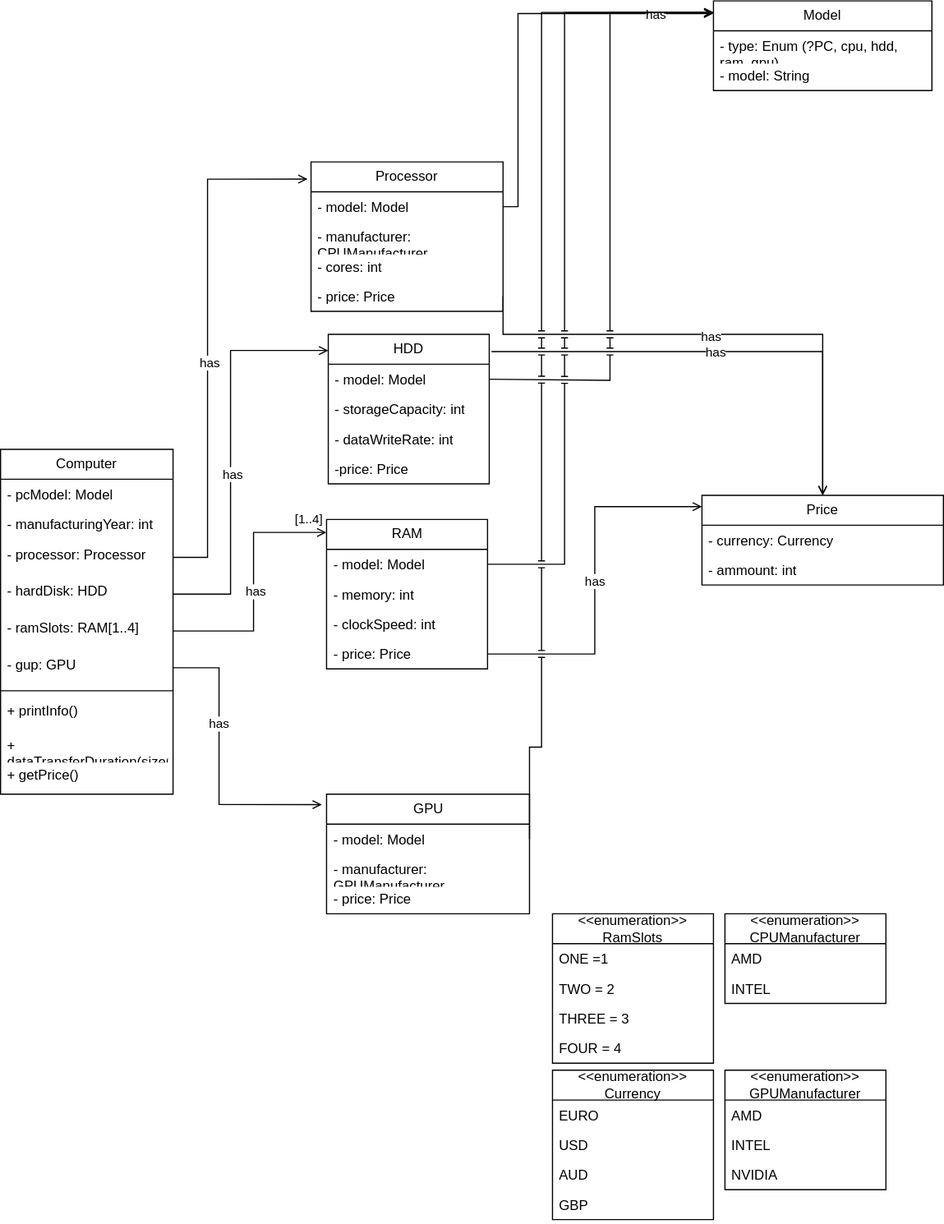
hornsbeef/PM_PS keeps this draw.io diagram as course_material/Computer-UML.drawio.svg. Above is the earlier version. Source tidied: cells renumbered, new cells last; positions are measured from the earlier drawing's top-left corner, leaving out a move shared by most shapes.
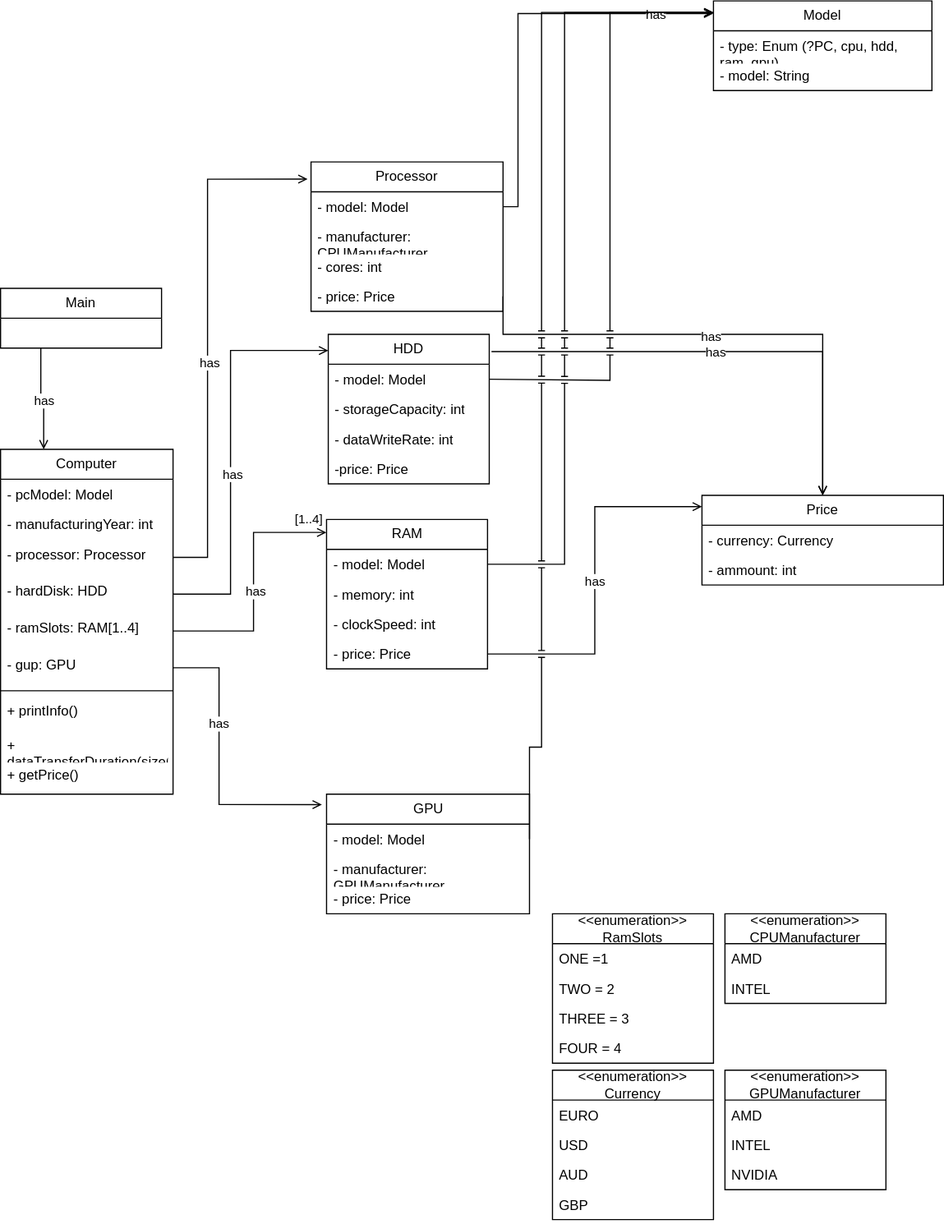
Above is the later version.

The edit, as a diff of the source:
```diff
@@ -279,5 +279,16 @@
     <mxCell id="74" value="GBP" style="text;strokeColor=none;fillColor=none;align=left;verticalAlign=top;spacingLeft=4;spacingRight=4;overflow=hidden;whiteSpace=wrap;html=1;" parent="70" vertex="1">
       <mxGeometry y="104" width="140" height="26" as="geometry" />
     </mxCell>
+    <mxCell id="75" style="edgeStyle=orthogonalEdgeStyle;rounded=0;jettySize=auto;html=1;exitX=0.25;exitY=1;exitDx=0;exitDy=0;entryX=0.25;entryY=0;entryDx=0;entryDy=0;endArrow=open;endFill=0;" parent="1" edge="1" source="77" target="9">
+      <mxGeometry relative="1" as="geometry" />
+    </mxCell>
+    <mxCell id="76" value="has" style="edgeLabel;html=1;align=center;verticalAlign=middle;" parent="75" vertex="1">
+      <mxGeometry x="0.05" relative="1" as="geometry">
+        <mxPoint y="1" as="offset" />
+      </mxGeometry>
+    </mxCell>
+    <mxCell id="77" value="Main" style="swimlane;fontStyle=0;horizontal=1;startSize=26;fillColor=none;whiteSpace=wrap;html=1;" parent="1" vertex="1">
+      <mxGeometry y="250" width="140" height="52" as="geometry" />
+    </mxCell>
   </root>
 </mxGraphModel>
```
